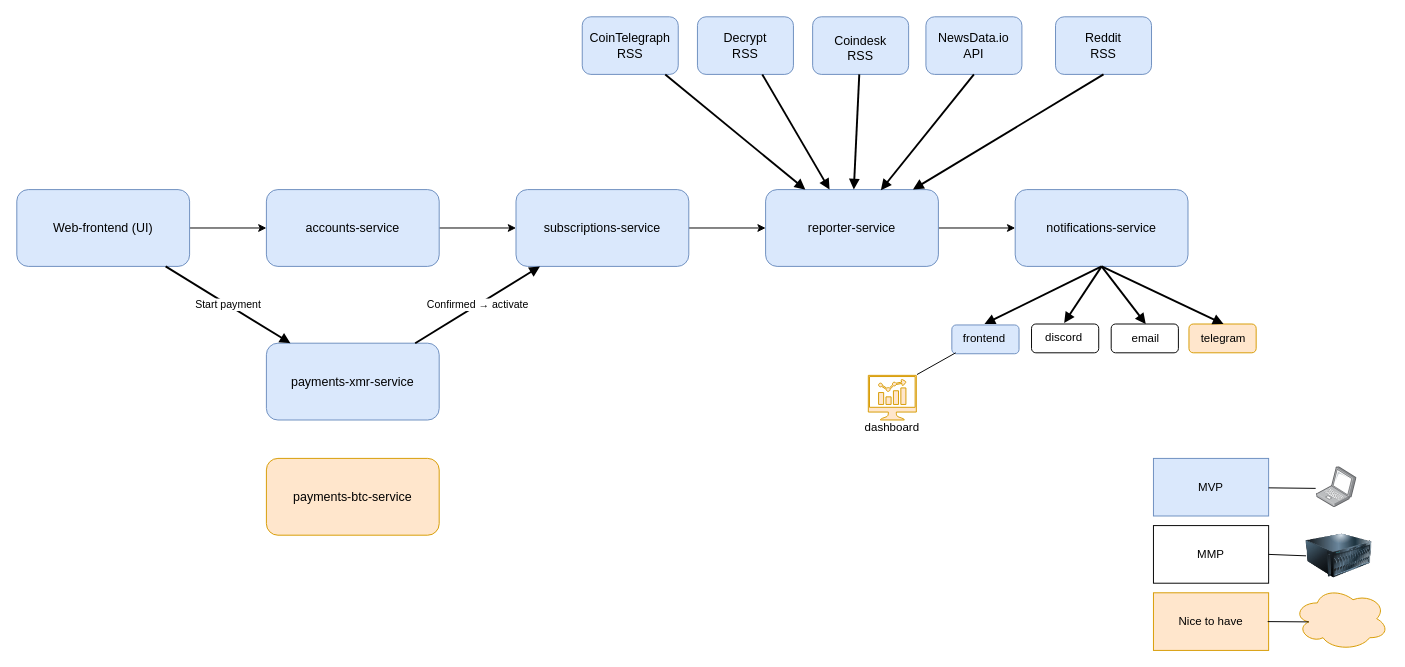
Before: docs/novareport-architecture.drawio in david-andreasson/novareport, a draw.io diagram. Source tidied: cells renumbered, new cells numbered last; positions are measured from the earlier drawing's top-left corner, leaving out a move shared by most shapes. Both pictures are drawn from the tidied source at 96%, with x=0, y=0 at pixel (16, 16).
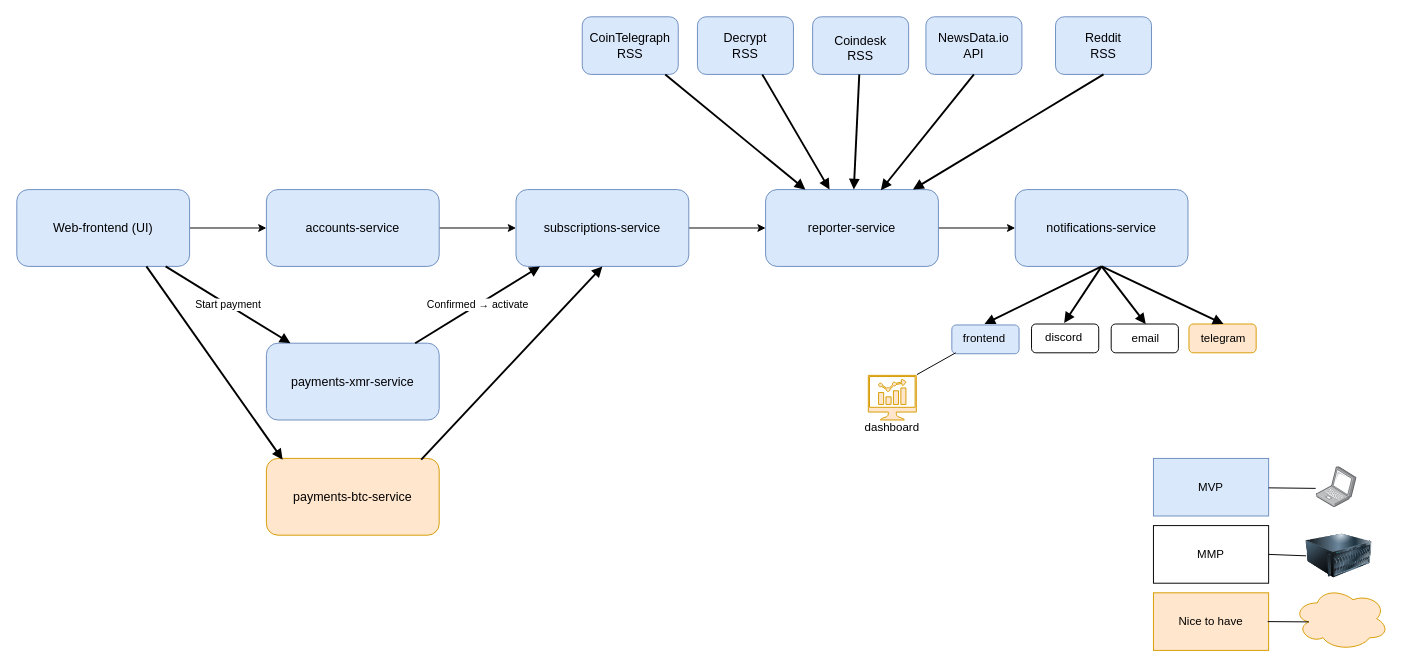
After the change.

Commit message (it also covers changes not shown here):
docs: update architecture diagram with latest design

- Updated architecture diagram to reflect current system design in v2
- Renamed diagram file to indicate version change (novareport-architecture-v2.drawio)
- Updated README.md reference to point to new diagram file

Unchanged cells that the change refers to:
```xml
<mxCell id="3" value="Web-frontend (UI)" style="rounded=1;whiteSpace=wrap;html=1;fontSize=13;fillColor=#dae8fc;strokeColor=#6c8ebf;" parent="1" vertex="1">
  <mxGeometry y="180" width="180" height="80" as="geometry" />
</mxCell>
<mxCell id="7" value="subscriptions-service" style="rounded=1;whiteSpace=wrap;html=1;fontSize=13;fillColor=#dae8fc;strokeColor=#6c8ebf;" parent="1" vertex="1">
  <mxGeometry x="520" y="180" width="180" height="80" as="geometry" />
</mxCell>
<mxCell id="31" value="payments-btc-service" style="rounded=1;whiteSpace=wrap;html=1;fontSize=13;fillColor=#ffe6cc;strokeColor=#d79b00;" parent="1" vertex="1">
  <mxGeometry x="260" y="460" width="180" height="80" as="geometry" />
</mxCell>
```

Change to the diagram source:
```diff
@@
+    <mxCell id="49" style="endArrow=block;html=1;strokeWidth=2;strokeColor=#000000;fontSize=11;exitX=0.75;exitY=1;exitDx=0;exitDy=0;entryX=0.094;entryY=0.016;entryDx=0;entryDy=0;entryPerimeter=0;" parent="1" edge="1" source="3" target="31">
+      <mxGeometry as="geometry" />
+    </mxCell>
+    <mxCell id="50" style="endArrow=block;html=1;strokeWidth=2;strokeColor=#000000;fontSize=11;exitX=0.896;exitY=0.016;exitDx=0;exitDy=0;entryX=0.5;entryY=1;entryDx=0;entryDy=0;exitPerimeter=0;" parent="1" edge="1" source="31" target="7">
+      <mxGeometry as="geometry" />
+    </mxCell>
```
